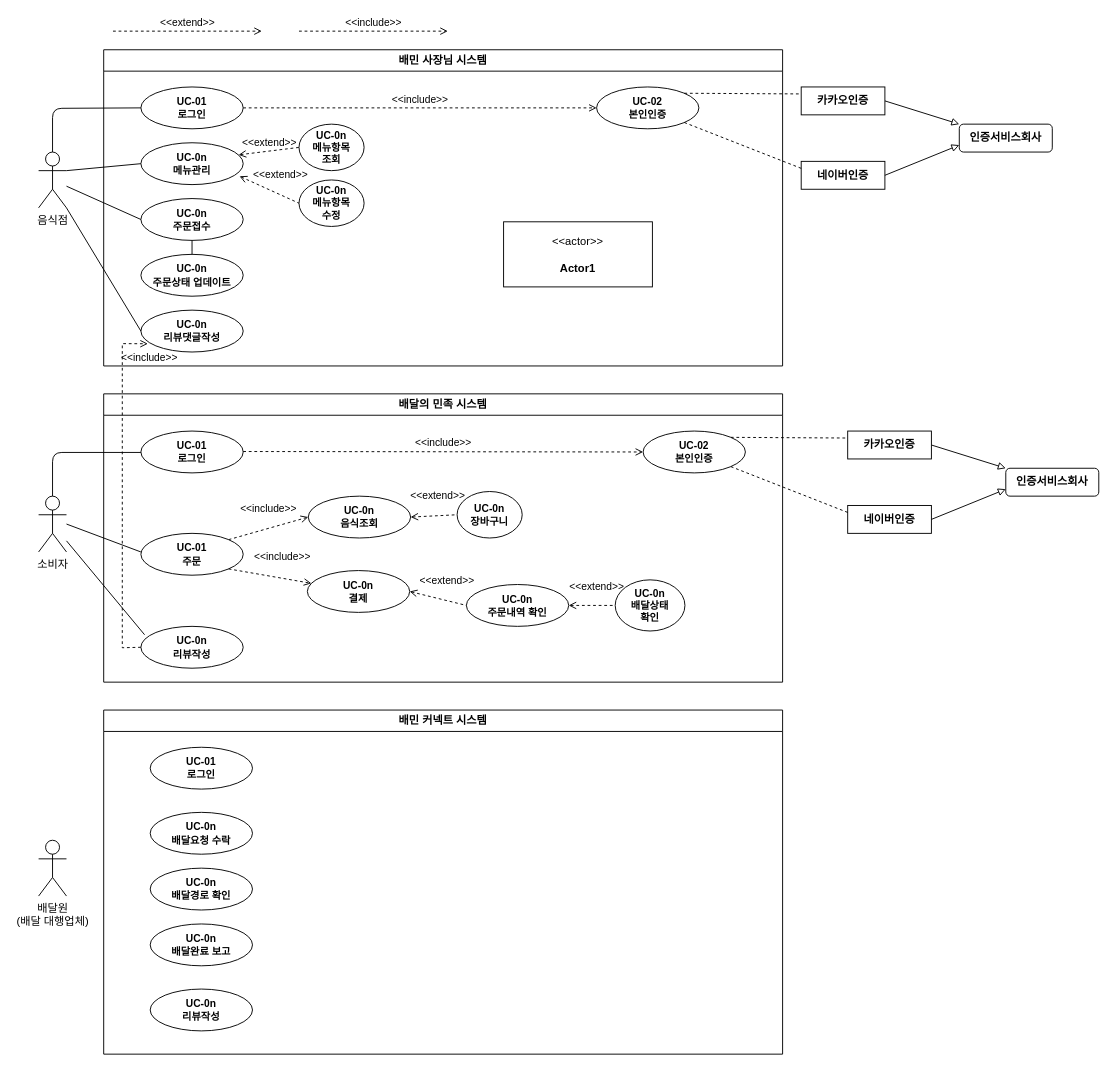
This is 소웨공 기말.drawio from hyun10144/Lecture3-1, a draw.io file, before an edit. Source tidied: cells renumbered, new cells numbered last; positions are measured from the earlier drawing's top-left corner, leaving out a move shared by most shapes. Both pictures are drawn from the tidied source at 93%, with x=0, y=0 at pixel (38, 31).
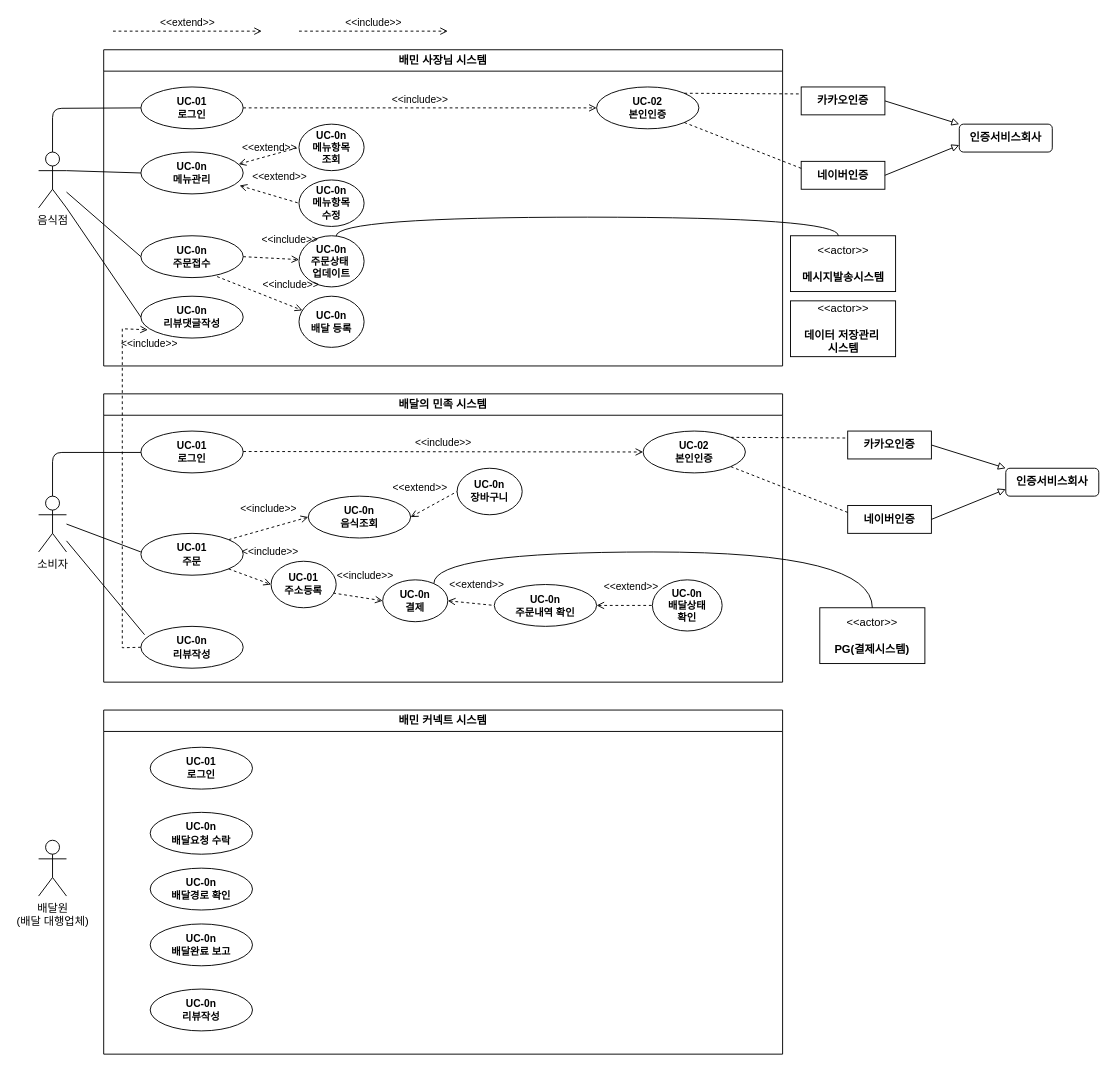
After the change.

Commit message (it also covers changes not shown here):
소웨공 기말.drawio 업데이트

The change refers to these unchanged cells:
```xml
<mxCell id="2" value="배민 사장님 시스템" style="swimlane;whiteSpace=wrap;html=1;" parent="1" vertex="1">
  <mxGeometry x="70" y="20" width="730" height="340" as="geometry" />
</mxCell>
<mxCell id="34" value="배달의 민족 시스템" style="swimlane;whiteSpace=wrap;html=1;" parent="1" vertex="1">
  <mxGeometry x="70" y="390" width="730" height="310" as="geometry" />
</mxCell>
<mxCell id="35" value="&lt;div&gt;&lt;b&gt;UC-0n&lt;/b&gt;&lt;/div&gt;&lt;b&gt;음식조회&lt;/b&gt;" style="ellipse;whiteSpace=wrap;html=1;fontFamily=Helvetica;fontSize=11;fontColor=default;labelBackgroundColor=default;" parent="34" vertex="1">
  <mxGeometry x="220" y="110" width="110" height="45" as="geometry" />
</mxCell>
<mxCell id="38" value="&lt;div&gt;&lt;b&gt;UC-0n&lt;/b&gt;&lt;/div&gt;&lt;b&gt;리뷰작성&lt;/b&gt;" style="ellipse;whiteSpace=wrap;html=1;fontFamily=Helvetica;fontSize=11;fontColor=default;labelBackgroundColor=default;" parent="34" vertex="1">
  <mxGeometry x="40" y="250" width="110" height="45" as="geometry" />
</mxCell>
<mxCell id="46" value="&lt;div&gt;UC-01&lt;/div&gt;&lt;div&gt;주문&lt;/div&gt;" style="ellipse;whiteSpace=wrap;html=1;fontFamily=Helvetica;fontSize=11;fontColor=default;labelBackgroundColor=default;fontStyle=1;" parent="34" vertex="1">
  <mxGeometry x="40" y="150" width="110" height="45" as="geometry" />
</mxCell>
```

Change to the diagram source:
```diff
@@
     <mxCell id="4" value="&lt;div&gt;&lt;b&gt;UC-0n&lt;/b&gt;&lt;/div&gt;&lt;b&gt;메뉴관리&lt;/b&gt;" style="ellipse;whiteSpace=wrap;html=1;fontFamily=Helvetica;fontSize=11;fontColor=default;labelBackgroundColor=default;" parent="2" vertex="1">
-      <mxGeometry x="40" y="100" width="110" height="45" as="geometry" />
+      <mxGeometry x="40" y="110" width="110" height="45" as="geometry" />
     </mxCell>
     <mxCell id="5" value="&lt;div&gt;&lt;b&gt;UC-0n&lt;/b&gt;&lt;/div&gt;&lt;b&gt;주문접수&lt;/b&gt;" style="ellipse;whiteSpace=wrap;html=1;fontFamily=Helvetica;fontSize=11;fontColor=default;labelBackgroundColor=default;" parent="2" vertex="1">
-      <mxGeometry x="40" y="160" width="110" height="45" as="geometry" />
+      <mxGeometry x="40" y="200" width="110" height="45" as="geometry" />
     </mxCell>
-    <mxCell id="6" value="&lt;div&gt;&lt;b&gt;UC-0n&lt;/b&gt;&lt;/div&gt;&lt;b&gt;주문상태 업데이트&lt;/b&gt;" style="ellipse;whiteSpace=wrap;html=1;fontFamily=Helvetica;fontSize=11;fontColor=default;labelBackgroundColor=default;" parent="2" vertex="1">
-      <mxGeometry x="40" y="220" width="110" height="45" as="geometry" />
+    <mxCell id="6" value="&lt;div&gt;&lt;b&gt;UC-0n&lt;/b&gt;&lt;/div&gt;&lt;b&gt;주문상태&amp;nbsp;&lt;/b&gt;&lt;div&gt;&lt;b&gt;업데이트&lt;/b&gt;&lt;/div&gt;" style="ellipse;whiteSpace=wrap;html=1;fontFamily=Helvetica;fontSize=11;fontColor=default;labelBackgroundColor=default;" parent="2" vertex="1">
+      <mxGeometry x="210" y="200" width="70" height="55" as="geometry" />
     </mxCell>
@@
     <mxCell id="8" value="&lt;div&gt;&lt;b&gt;UC-0n&lt;/b&gt;&lt;/div&gt;&lt;b&gt;리뷰댓글작성&lt;/b&gt;" style="ellipse;whiteSpace=wrap;html=1;fontFamily=Helvetica;fontSize=11;fontColor=default;labelBackgroundColor=default;" parent="2" vertex="1">
-      <mxGeometry x="40" y="280" width="110" height="45" as="geometry" />
+      <mxGeometry x="40" y="265" width="110" height="45" as="geometry" />
     </mxCell>
-    <mxCell id="9" value="&amp;lt;&amp;lt;actor&amp;gt;&amp;gt;&lt;br&gt;&lt;br&gt;&lt;b&gt;Actor1&lt;/b&gt;" style="html=1;align=center;verticalAlign=middle;dashed=0;whiteSpace=wrap;" parent="2" vertex="1">
-      <mxGeometry x="430" y="185" width="160" height="70" as="geometry" />
-    </mxCell>
@@
+    <mxCell id="65" value="&lt;div&gt;&lt;b&gt;UC-0n&lt;/b&gt;&lt;/div&gt;&lt;b&gt;배달 등록&lt;/b&gt;" style="ellipse;whiteSpace=wrap;html=1;fontFamily=Helvetica;fontSize=11;fontColor=default;labelBackgroundColor=default;" parent="2" vertex="1">
+      <mxGeometry x="210" y="265" width="70" height="55" as="geometry" />
+    </mxCell>
+    <mxCell id="66" value="&amp;lt;&amp;lt;include&amp;gt;&amp;gt;" style="html=1;verticalAlign=bottom;labelBackgroundColor=none;endArrow=open;endFill=0;dashed=1;rounded=0;exitX=0.745;exitY=0.975;exitDx=0;exitDy=0;exitPerimeter=0;" parent="2" edge="1" source="5" target="65">
+      <mxGeometry x="0.63" y="12" relative="1" as="geometry" />
+    </mxCell>
-    <mxCell id="15" style="endArrow=none;html=1;rounded=0;entryX=0.5;entryY=0;entryDx=0;entryDy=0;endFill=0;exitX=0.5;exitY=1;exitDx=0;exitDy=0;" parent="2" edge="1" source="5" target="6">
-      <mxGeometry relative="1" as="geometry" />
+    <mxCell id="15" value="&amp;lt;&amp;lt;include&amp;gt;&amp;gt;" style="html=1;verticalAlign=bottom;labelBackgroundColor=none;endArrow=open;endFill=0;dashed=1;rounded=0;exitX=1;exitY=0.5;exitDx=0;exitDy=0;" parent="2" edge="1" source="5" target="6">
+      <mxGeometry x="0.63" y="12" relative="1" as="geometry" />
     </mxCell>
@@
     <mxCell id="36" value="&lt;div&gt;&lt;b&gt;UC-0n&lt;/b&gt;&lt;/div&gt;&lt;b&gt;주문내역 확인&lt;/b&gt;" style="ellipse;whiteSpace=wrap;html=1;fontFamily=Helvetica;fontSize=11;fontColor=default;labelBackgroundColor=default;" parent="34" vertex="1">
-      <mxGeometry x="390" y="205" width="110" height="45" as="geometry" />
+      <mxGeometry x="420" y="205" width="110" height="45" as="geometry" />
     </mxCell>
     <mxCell id="37" value="&lt;div&gt;&lt;b&gt;UC-0n&lt;/b&gt;&lt;/div&gt;&lt;b&gt;배달상태&lt;/b&gt;&lt;div&gt;&lt;b&gt;확인&lt;/b&gt;&lt;/div&gt;" style="ellipse;whiteSpace=wrap;html=1;fontFamily=Helvetica;fontSize=11;fontColor=default;labelBackgroundColor=default;" parent="34" vertex="1">
-      <mxGeometry x="550" y="200" width="75" height="55" as="geometry" />
+      <mxGeometry x="590" y="200" width="75" height="55" as="geometry" />
     </mxCell>
@@
     <mxCell id="41" value="&lt;div&gt;&lt;b&gt;UC-0n&lt;/b&gt;&lt;/div&gt;&lt;b&gt;장바구니&lt;/b&gt;" style="ellipse;whiteSpace=wrap;html=1;fontFamily=Helvetica;fontSize=11;fontColor=default;labelBackgroundColor=default;" parent="34" vertex="1">
-      <mxGeometry x="380" y="105" width="70" height="50" as="geometry" />
+      <mxGeometry x="380" y="80" width="70" height="50" as="geometry" />
     </mxCell>
     <mxCell id="42" value="&amp;lt;&amp;lt;extend&amp;gt;&amp;gt;" style="html=1;verticalAlign=bottom;labelBackgroundColor=none;endArrow=none;endFill=0;dashed=1;rounded=0;entryX=0;entryY=0.5;entryDx=0;entryDy=0;startArrow=open;startFill=0;exitX=1;exitY=0.5;exitDx=0;exitDy=0;" parent="34" edge="1" source="35" target="41">
-      <mxGeometry x="0.25" y="12" relative="1" as="geometry">
-        <mxPoint x="-1" as="offset" />
-      </mxGeometry>
+      <mxGeometry x="-0.31" y="15" relative="1" as="geometry" />
     </mxCell>
@@
     <mxCell id="44" value="&lt;div&gt;&lt;b&gt;UC-0n&lt;/b&gt;&lt;/div&gt;&lt;b&gt;결제&lt;/b&gt;" style="ellipse;whiteSpace=wrap;html=1;fontFamily=Helvetica;fontSize=11;fontColor=default;labelBackgroundColor=default;" parent="34" vertex="1">
-      <mxGeometry x="219" y="190" width="110" height="45" as="geometry" />
+      <mxGeometry x="300" y="200" width="70" height="45" as="geometry" />
     </mxCell>
@@
-    <mxCell id="47" value="&amp;lt;&amp;lt;include&amp;gt;&amp;gt;" style="html=1;verticalAlign=bottom;labelBackgroundColor=none;endArrow=open;endFill=0;dashed=1;rounded=0;exitX=1;exitY=1;exitDx=0;exitDy=0;" parent="34" edge="1" source="46" target="44">
-      <mxGeometry x="0.24" y="14" relative="1" as="geometry" />
+    <mxCell id="47" value="&amp;lt;&amp;lt;include&amp;gt;&amp;gt;" style="html=1;verticalAlign=bottom;labelBackgroundColor=none;endArrow=open;endFill=0;dashed=1;rounded=0;exitX=1;exitY=1;exitDx=0;exitDy=0;entryX=0;entryY=0.5;entryDx=0;entryDy=0;" parent="34" edge="1" source="46" target="67">
+      <mxGeometry x="0.66" y="24" relative="1" as="geometry">
+        <mxPoint x="-1" as="offset" />
+      </mxGeometry>
     </mxCell>
@@
+    <mxCell id="67" value="&lt;div&gt;UC-01&lt;/div&gt;&lt;div&gt;주소등록&lt;/div&gt;" style="ellipse;whiteSpace=wrap;html=1;fontFamily=Helvetica;fontSize=11;fontColor=default;labelBackgroundColor=default;fontStyle=1;" parent="34" vertex="1">
+      <mxGeometry x="180" y="180" width="70" height="50" as="geometry" />
+    </mxCell>
+    <mxCell id="68" value="&amp;lt;&amp;lt;include&amp;gt;&amp;gt;" style="html=1;verticalAlign=bottom;labelBackgroundColor=none;endArrow=open;endFill=0;dashed=1;rounded=0;exitX=0.953;exitY=0.684;exitDx=0;exitDy=0;entryX=0;entryY=0.5;entryDx=0;entryDy=0;exitPerimeter=0;" parent="34" edge="1" source="67" target="44">
+      <mxGeometry x="0.24" y="14" relative="1" as="geometry" />
+    </mxCell>
@@
     <mxCell id="62" value="&amp;lt;&amp;lt;include&amp;gt;&amp;gt;" style="html=1;verticalAlign=bottom;labelBackgroundColor=none;endArrow=open;endFill=0;dashed=1;rounded=0;exitX=0;exitY=0.5;exitDx=0;exitDy=0;entryX=0.068;entryY=0.803;entryDx=0;entryDy=0;entryPerimeter=0;" parent="1" edge="1" source="38" target="8">
       <mxGeometry x="1" y="-24" relative="1" as="geometry">
         <Array as="points">
           <mxPoint x="90" y="663" />
-          <mxPoint x="90" y="336" />
+          <mxPoint x="90" y="320" />
         </Array>
         <mxPoint x="2" as="offset" />
       </mxGeometry>
     </mxCell>
@@
+    <mxCell id="9" value="&amp;lt;&amp;lt;actor&amp;gt;&amp;gt;&lt;br&gt;&lt;br&gt;&lt;b&gt;PG(결제시스템)&lt;/b&gt;" style="html=1;align=center;verticalAlign=middle;dashed=0;whiteSpace=wrap;" parent="1" vertex="1">
+      <mxGeometry x="840" y="620" width="113" height="60" as="geometry" />
+    </mxCell>
+    <mxCell id="69" style="edgeStyle=orthogonalEdgeStyle;rounded=0;jettySize=auto;html=1;entryX=0.5;entryY=0;entryDx=0;entryDy=0;curved=1;endArrow=none;endFill=0;" parent="1" edge="1" source="44" target="9">
+      <mxGeometry relative="1" as="geometry">
+        <Array as="points">
+          <mxPoint x="425" y="560" />
+          <mxPoint x="896" y="560" />
+        </Array>
+      </mxGeometry>
+    </mxCell>
+    <mxCell id="70" value="&amp;lt;&amp;lt;actor&amp;gt;&amp;gt;&lt;br&gt;&lt;br&gt;&lt;b&gt;메시지발송시스템&lt;/b&gt;" style="html=1;align=center;verticalAlign=middle;dashed=0;whiteSpace=wrap;" parent="1" vertex="1">
+      <mxGeometry x="808.5" y="220" width="113" height="60" as="geometry" />
+    </mxCell>
+    <mxCell id="71" style="edgeStyle=orthogonalEdgeStyle;rounded=0;jettySize=auto;html=1;curved=1;endArrow=none;endFill=0;" parent="1" edge="1" source="6">
+      <mxGeometry relative="1" as="geometry">
+        <mxPoint x="860" y="220" as="targetPoint" />
+        <Array as="points">
+          <mxPoint x="320" y="200" />
+          <mxPoint x="860" y="200" />
+        </Array>
+      </mxGeometry>
+    </mxCell>
+    <mxCell id="72" value="&amp;lt;&amp;lt;actor&amp;gt;&amp;gt;&lt;br&gt;&lt;br&gt;&lt;b&gt;데이터 저장관리&amp;nbsp;&lt;/b&gt;&lt;div&gt;&lt;b&gt;시스템&lt;/b&gt;&lt;/div&gt;" style="html=1;align=center;verticalAlign=middle;dashed=0;whiteSpace=wrap;" parent="1" vertex="1">
+      <mxGeometry x="808.5" y="290" width="113" height="60" as="geometry" />
+    </mxCell>
```
